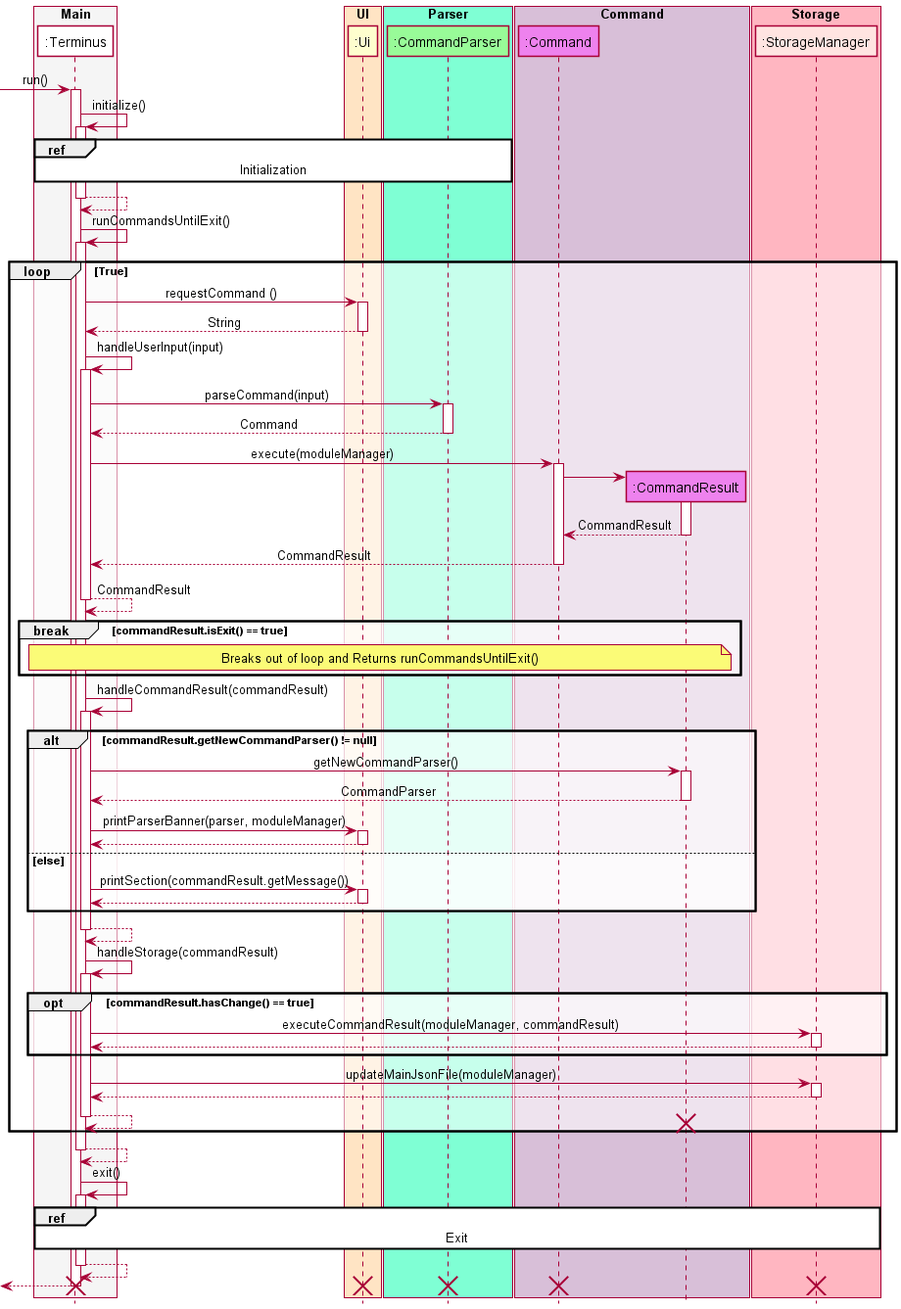
This is docs/attachments/MainLogic.png from nus-cs2113-AY2122S1/tp, a PlantUML export, as it was before one commit.
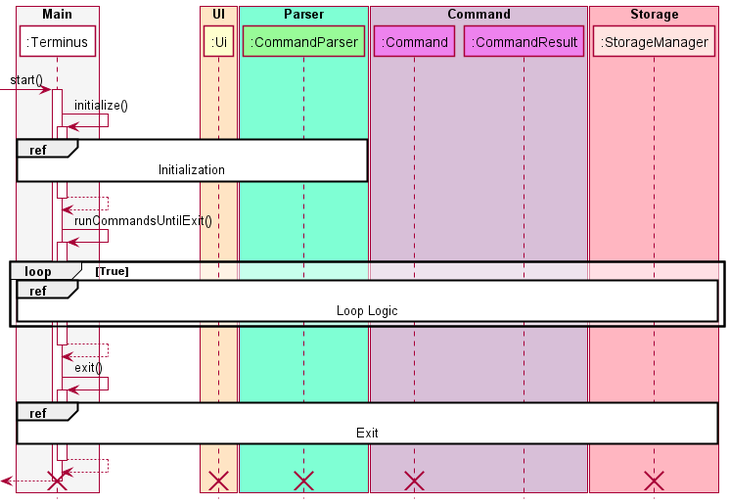
Above is the later version.

What changed in the source:
```diff
@@ -19,46 +19,13 @@
 endbox
 autoactivate on
 
--> Terminus: run()
+-> Terminus: start()
 Terminus -> Terminus: initialize()
 ref over Terminus,CommandParser: Initialization
 return
   Terminus -> Terminus : runCommandsUntilExit()
     loop True
-      Terminus -> Ui : requestCommand ()
-      return String
-      Terminus -> Terminus: handleUserInput(input)
-        Terminus -> CommandParser: parseCommand(input)
-        return Command
-        Terminus -> Command : execute(moduleManager)
-        create CommandResult
-        Command -> CommandResult
-        return CommandResult
-     return CommandResult
-   return CommandResult
-      break commandResult.isExit() == true
-        note over Terminus, CommandResult : Breaks out of loop and Returns runCommandsUntilExit()
-      end
-      Terminus -> Terminus: handleCommandResult(commandResult)
-        alt commandResult.getNewCommandParser() != null
-          Terminus -> CommandResult: getNewCommandParser()
-          return CommandParser
-          Terminus -> Ui:printParserBanner(parser, moduleManager)
-          return
-        else else
-          Terminus -> Ui:printSection(commandResult.getMessage())
-          return
-        end
-      return
-      Terminus -> Terminus: handleStorage(commandResult)
-        opt commandResult.hasChange() == true
-          Terminus -> StorageManager: executeCommandResult(moduleManager, commandResult)
-          return
-        end
-        Terminus -> StorageManager: updateMainJsonFile(moduleManager)
-        return
-      return
-      destroy CommandResult
+    ref over Terminus, StorageManager: Loop Logic
     end
     return
         Terminus -> Terminus :exit()
```
